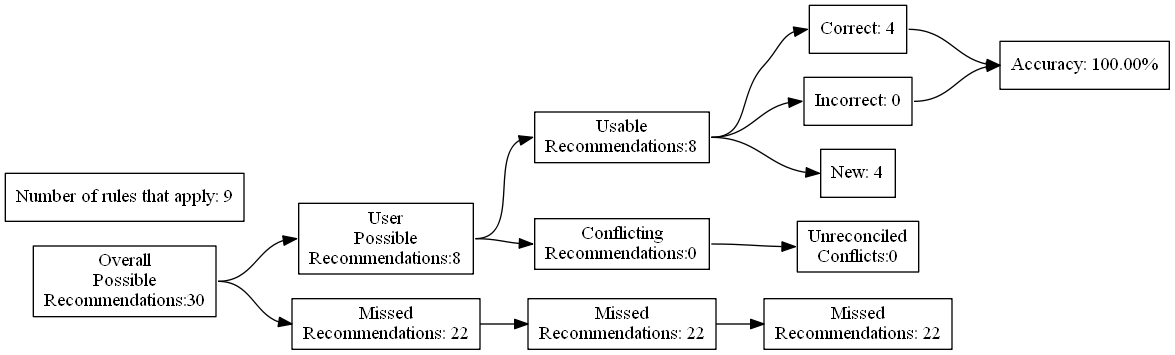
Above: test_renders/13.gv.png in ZaxR/ibd_diet_analysis (Graphviz), before the change. Its source is kept beside it as test_renders/13.gv. Its diagram source:
```dot
digraph {
	graph [rankdir=LR]
	node [pos=r shape=box]
	edge [headport=w tailport=e]
		A [label="Overall
Possible
Recommendations:30"]
		B [label="User
Possible
Recommendations:8"]
		C [label="Missed
Recommendations: 22"]
		D [label="Usable
Recommendations:8"]
		E [label="Conflicting
Recommendations:0"]
		J [label="Missed
Recommendations: 22"]
		M [label="Unreconciled
Conflicts:0"]
		F [label="Correct: 4"]
		G [label="Incorrect: 0"]
		H [label="New: 4"]
		K [label="Missed
Recommendations: 22"]
		I [label="Accuracy: 100.00%"]
		l [label="Number of rules that apply: 9"]
			A -> B
			A -> C
			B -> D
			B -> E
			D -> F
			D -> G
			D -> H
			F -> I
			G -> I
			C -> J
			J -> K
			E -> M
}
```
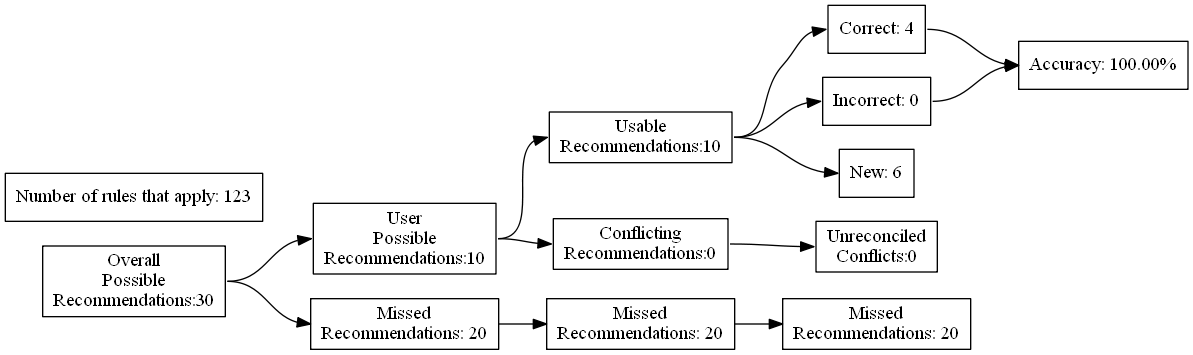
Above is the later version.

The edit, as a diff of the source:
```diff
@@ -7,24 +7,24 @@
 Recommendations:30"]
 		B [label="User
 Possible
-Recommendations:8"]
+Recommendations:10"]
 		C [label="Missed
-Recommendations: 22"]
+Recommendations: 20"]
 		D [label="Usable
-Recommendations:8"]
+Recommendations:10"]
 		E [label="Conflicting
 Recommendations:0"]
 		J [label="Missed
-Recommendations: 22"]
+Recommendations: 20"]
 		M [label="Unreconciled
 Conflicts:0"]
 		F [label="Correct: 4"]
 		G [label="Incorrect: 0"]
-		H [label="New: 4"]
+		H [label="New: 6"]
 		K [label="Missed
-Recommendations: 22"]
+Recommendations: 20"]
 		I [label="Accuracy: 100.00%"]
-		l [label="Number of rules that apply: 9"]
+		l [label="Number of rules that apply: 123"]
 			A -> B
 			A -> C
 			B -> D
```
